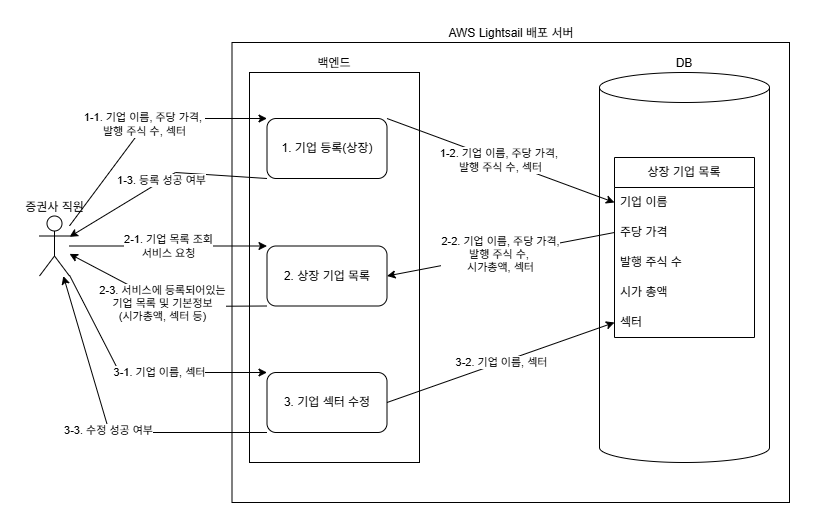
hopencode/cc_stock_trading keeps this draw.io diagram as images/diagram/CC 증권사 직원 기능 부분.png. Above is the earlier version. Source tidied: cells renumbered, new cells last; positions are measured from the earlier drawing's top-left corner, leaving out a move shared by most shapes. Source of this version:
```xml
<mxGraphModel>
  <root>
    <mxCell id="0" />
    <mxCell id="1" parent="0" />
    <mxCell id="2" value="증권사 직원" style="shape=umlActor;verticalLabelPosition=top;verticalAlign=bottom;html=1;outlineConnect=0;labelPosition=center;align=center;" parent="1" vertex="1">
      <mxGeometry y="173.5" width="30" height="60" as="geometry" />
    </mxCell>
    <mxCell id="3" value="AWS Lightsail 배포 서버" style="whiteSpace=wrap;html=1;labelPosition=center;verticalLabelPosition=top;align=center;verticalAlign=bottom;" parent="1" vertex="1">
      <mxGeometry x="192.5" width="557.5" height="460" as="geometry" />
    </mxCell>
    <mxCell id="4" value="1. 기업 등록(상장)" style="rounded=1;whiteSpace=wrap;html=1;" parent="1" vertex="1">
      <mxGeometry x="227.5" y="76" width="120" height="60" as="geometry" />
    </mxCell>
    <mxCell id="5" value="3. 기업 섹터 수정" style="rounded=1;whiteSpace=wrap;html=1;" parent="1" vertex="1">
      <mxGeometry x="227.5" y="330" width="120" height="60" as="geometry" />
    </mxCell>
    <mxCell id="6" value="DB" style="shape=cylinder3;whiteSpace=wrap;html=1;boundedLbl=1;backgroundOutline=1;size=15;labelPosition=center;verticalLabelPosition=top;align=center;verticalAlign=bottom;labelBackgroundColor=default;" parent="1" vertex="1">
      <mxGeometry x="560" y="30" width="170" height="390" as="geometry" />
    </mxCell>
    <mxCell id="7" value="상장 기업 목록" style="swimlane;fontStyle=0;horizontal=1;startSize=30;whiteSpace=wrap;html=1;" parent="1" vertex="1">
      <mxGeometry x="575" y="115" width="140" height="180" as="geometry" />
    </mxCell>
    <mxCell id="8" value="기업 이름" style="text;strokeColor=none;fillColor=none;align=left;verticalAlign=middle;spacingLeft=4;spacingRight=4;overflow=hidden;points=[[0,0.5],[1,0.5]];portConstraint=eastwest;whiteSpace=wrap;html=1;" parent="7" vertex="1">
      <mxGeometry y="30" width="140" height="30" as="geometry" />
    </mxCell>
    <mxCell id="9" value="주당 가격" style="text;strokeColor=none;fillColor=none;align=left;verticalAlign=middle;spacingLeft=4;spacingRight=4;overflow=hidden;points=[[0,0.5],[1,0.5]];portConstraint=eastwest;whiteSpace=wrap;html=1;" parent="7" vertex="1">
      <mxGeometry y="60" width="140" height="30" as="geometry" />
    </mxCell>
    <mxCell id="10" value="발행 주식 수" style="text;strokeColor=none;fillColor=none;align=left;verticalAlign=middle;spacingLeft=4;spacingRight=4;overflow=hidden;whiteSpace=wrap;html=1;" parent="7" vertex="1">
      <mxGeometry y="90" width="140" height="30" as="geometry" />
    </mxCell>
    <mxCell id="11" value="시가 총액" style="text;strokeColor=none;fillColor=none;align=left;verticalAlign=middle;spacingLeft=4;spacingRight=4;overflow=hidden;whiteSpace=wrap;html=1;" parent="7" vertex="1">
      <mxGeometry y="120" width="140" height="30" as="geometry" />
    </mxCell>
    <mxCell id="12" value="섹터" style="text;strokeColor=none;fillColor=none;align=left;verticalAlign=middle;spacingLeft=4;spacingRight=4;overflow=hidden;points=[[0,0.5],[1,0.5]];portConstraint=eastwest;whiteSpace=wrap;html=1;" parent="7" vertex="1">
      <mxGeometry y="150" width="140" height="30" as="geometry" />
    </mxCell>
    <mxCell id="13" value="1-1. 기업 이름, 주당 가격,&amp;nbsp;&lt;div&gt;발행 주식 수, 섹터&lt;/div&gt;" style="endArrow=classic;html=1;rounded=0;entryX=0;entryY=0;entryDx=0;entryDy=0;" parent="1" edge="1" source="2" target="4">
      <mxGeometry relative="1" as="geometry">
        <Array as="points">
          <mxPoint x="110" y="76" />
        </Array>
      </mxGeometry>
    </mxCell>
    <mxCell id="14" value="&lt;span style=&quot;color: rgb(0, 0, 0); font-family: Helvetica; font-size: 11px; font-style: normal; font-variant-ligatures: normal; font-variant-caps: normal; font-weight: 400; letter-spacing: normal; orphans: 2; text-align: center; text-indent: 0px; text-transform: none; widows: 2; word-spacing: 0px; -webkit-text-stroke-width: 0px; white-space: nowrap; background-color: rgb(255, 255, 255); text-decoration-thickness: initial; text-decoration-style: initial; text-decoration-color: initial; float: none; display: inline !important;&quot;&gt;1-2. 기업 이름, 주당 가격,&amp;nbsp;&lt;/span&gt;&lt;div style=&quot;forced-color-adjust: none; color: rgb(0, 0, 0); font-family: Helvetica; font-size: 11px; font-style: normal; font-variant-ligatures: normal; font-variant-caps: normal; font-weight: 400; letter-spacing: normal; orphans: 2; text-align: center; text-indent: 0px; text-transform: none; widows: 2; word-spacing: 0px; -webkit-text-stroke-width: 0px; white-space: nowrap; text-decoration-thickness: initial; text-decoration-style: initial; text-decoration-color: initial;&quot;&gt;발행 주식 수, 섹터&lt;/div&gt;" style="endArrow=classic;html=1;rounded=0;exitX=1;exitY=0;exitDx=0;exitDy=0;entryX=0;entryY=0.5;entryDx=0;entryDy=0;" parent="1" edge="1" source="4" target="8">
      <mxGeometry relative="1" as="geometry" />
    </mxCell>
    <mxCell id="15" value="3-1. 기업 이름, 섹터" style="endArrow=classic;html=1;rounded=0;entryX=0;entryY=0;entryDx=0;entryDy=0;" parent="1" edge="1" source="2" target="5">
      <mxGeometry x="0.16" relative="1" as="geometry">
        <Array as="points">
          <mxPoint x="80" y="330" />
        </Array>
      </mxGeometry>
    </mxCell>
    <mxCell id="16" value="3-2. 기업 이름, 섹터" style="endArrow=classic;html=1;rounded=0;exitX=1;exitY=0.5;exitDx=0;exitDy=0;entryX=0;entryY=0.5;entryDx=0;entryDy=0;" parent="1" edge="1" source="5" target="12">
      <mxGeometry relative="1" as="geometry" />
    </mxCell>
    <mxCell id="17" value="1-3. 등록 성공 여부" style="endArrow=classic;html=1;rounded=0;exitX=0;exitY=1;exitDx=0;exitDy=0;" parent="1" edge="1" source="4" target="2">
      <mxGeometry relative="1" as="geometry">
        <Array as="points">
          <mxPoint x="136" y="130" />
        </Array>
      </mxGeometry>
    </mxCell>
    <mxCell id="18" value="2. 상장 기업 목록" style="rounded=1;whiteSpace=wrap;html=1;" parent="1" vertex="1">
      <mxGeometry x="227.5" y="203.5" width="120" height="60" as="geometry" />
    </mxCell>
    <mxCell id="19" value="2-2. 기업 이름, 주당 가격,&lt;div&gt;발행 주식 수,&amp;nbsp;&lt;div&gt;시가총액, 섹터&lt;/div&gt;&lt;/div&gt;" style="endArrow=classic;html=1;rounded=0;exitX=0;exitY=0.5;exitDx=0;exitDy=0;entryX=1;entryY=0.5;entryDx=0;entryDy=0;" parent="1" edge="1" source="9" target="18">
      <mxGeometry relative="1" as="geometry" />
    </mxCell>
    <mxCell id="20" value="2-3. 서비스에 등록되어있는&lt;div&gt;기업 목록 및 기본정보&lt;/div&gt;&lt;div&gt;(시가총액, 섹터 등)&lt;/div&gt;" style="endArrow=classic;html=1;rounded=0;exitX=0;exitY=1;exitDx=0;exitDy=0;" parent="1" edge="1" source="18" target="2">
      <mxGeometry relative="1" as="geometry">
        <Array as="points">
          <mxPoint x="130" y="264" />
        </Array>
      </mxGeometry>
    </mxCell>
    <mxCell id="21" value="2-1. 기업 목록 조회&lt;div&gt;서비스 요청&lt;/div&gt;" style="endArrow=classic;html=1;rounded=0;entryX=0;entryY=0;entryDx=0;entryDy=0;" parent="1" edge="1" source="2" target="18">
      <mxGeometry relative="1" as="geometry" />
    </mxCell>
    <mxCell id="22" value="3-3. 수정 성공 여부" style="endArrow=classic;html=1;rounded=0;exitX=0;exitY=1;exitDx=0;exitDy=0;" parent="1" edge="1" source="5" target="2">
      <mxGeometry relative="1" as="geometry">
        <Array as="points">
          <mxPoint x="70" y="390" />
        </Array>
      </mxGeometry>
    </mxCell>
    <mxCell id="23" value="백엔드" style="rounded=0;whiteSpace=wrap;html=1;fillColor=none;labelPosition=center;verticalLabelPosition=top;align=center;verticalAlign=bottom;" parent="1" vertex="1">
      <mxGeometry x="210" y="30" width="170" height="390" as="geometry" />
    </mxCell>
  </root>
</mxGraphModel>
```
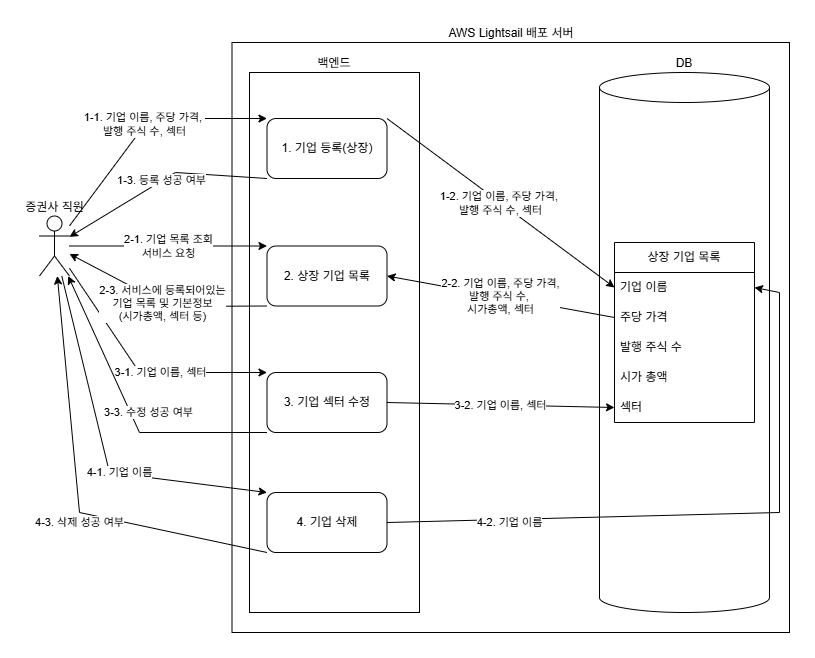
The same diagram one commit later.

Commit message:
다이어그램 수정

다이어그램 수정

What changed in the source:
```diff
@@ -6,7 +6,7 @@
       <mxGeometry y="173.5" width="30" height="60" as="geometry" />
     </mxCell>
     <mxCell id="3" value="AWS Lightsail 배포 서버" style="whiteSpace=wrap;html=1;labelPosition=center;verticalLabelPosition=top;align=center;verticalAlign=bottom;" parent="1" vertex="1">
-      <mxGeometry x="192.5" width="557.5" height="460" as="geometry" />
+      <mxGeometry x="192.5" width="557.5" height="590" as="geometry" />
     </mxCell>
     <mxCell id="4" value="1. 기업 등록(상장)" style="rounded=1;whiteSpace=wrap;html=1;" parent="1" vertex="1">
       <mxGeometry x="227.5" y="76" width="120" height="60" as="geometry" />
@@ -15,10 +15,10 @@
       <mxGeometry x="227.5" y="330" width="120" height="60" as="geometry" />
     </mxCell>
     <mxCell id="6" value="DB" style="shape=cylinder3;whiteSpace=wrap;html=1;boundedLbl=1;backgroundOutline=1;size=15;labelPosition=center;verticalLabelPosition=top;align=center;verticalAlign=bottom;labelBackgroundColor=default;" parent="1" vertex="1">
-      <mxGeometry x="560" y="30" width="170" height="390" as="geometry" />
+      <mxGeometry x="560" y="30" width="170" height="540" as="geometry" />
     </mxCell>
     <mxCell id="7" value="상장 기업 목록" style="swimlane;fontStyle=0;horizontal=1;startSize=30;whiteSpace=wrap;html=1;" parent="1" vertex="1">
-      <mxGeometry x="575" y="115" width="140" height="180" as="geometry" />
+      <mxGeometry x="575" y="200" width="140" height="180" as="geometry" />
     </mxCell>
     <mxCell id="8" value="기업 이름" style="text;strokeColor=none;fillColor=none;align=left;verticalAlign=middle;spacingLeft=4;spacingRight=4;overflow=hidden;points=[[0,0.5],[1,0.5]];portConstraint=eastwest;whiteSpace=wrap;html=1;" parent="7" vertex="1">
       <mxGeometry y="30" width="140" height="30" as="geometry" />
@@ -48,7 +48,7 @@
     <mxCell id="15" value="3-1. 기업 이름, 섹터" style="endArrow=classic;html=1;rounded=0;entryX=0;entryY=0;entryDx=0;entryDy=0;" parent="1" edge="1" source="2" target="5">
       <mxGeometry x="0.16" relative="1" as="geometry">
         <Array as="points">
-          <mxPoint x="80" y="330" />
+          <mxPoint x="100" y="330" />
         </Array>
       </mxGeometry>
     </mxCell>
@@ -79,14 +79,39 @@
       <mxGeometry relative="1" as="geometry" />
     </mxCell>
     <mxCell id="22" value="3-3. 수정 성공 여부" style="endArrow=classic;html=1;rounded=0;exitX=0;exitY=1;exitDx=0;exitDy=0;" parent="1" edge="1" source="5" target="2">
-      <mxGeometry relative="1" as="geometry">
+      <mxGeometry x="-0.2" y="-20" relative="1" as="geometry">
         <Array as="points">
-          <mxPoint x="70" y="390" />
+          <mxPoint x="100" y="390" />
         </Array>
       </mxGeometry>
     </mxCell>
     <mxCell id="23" value="백엔드" style="rounded=0;whiteSpace=wrap;html=1;fillColor=none;labelPosition=center;verticalLabelPosition=top;align=center;verticalAlign=bottom;" parent="1" vertex="1">
-      <mxGeometry x="210" y="30" width="170" height="390" as="geometry" />
+      <mxGeometry x="210" y="30" width="170" height="540" as="geometry" />
     </mxCell>
+    <mxCell id="24" value="4. 기업 삭제" style="rounded=1;whiteSpace=wrap;html=1;" parent="1" vertex="1">
+      <mxGeometry x="227.5" y="450" width="120" height="60" as="geometry" />
+    </mxCell>
+    <mxCell id="25" value="4-1. 기업 이름" style="endArrow=classic;html=1;rounded=0;entryX=0;entryY=0;entryDx=0;entryDy=0;" parent="1" edge="1" source="2" target="24">
+      <mxGeometry x="0.18" y="1" relative="1" as="geometry">
+        <Array as="points">
+          <mxPoint x="70" y="430" />
+        </Array>
+      </mxGeometry>
+    </mxCell>
+    <mxCell id="26" value="4-2. 기업 이름" style="endArrow=classic;html=1;rounded=0;exitX=1;exitY=0.5;exitDx=0;exitDy=0;entryX=1;entryY=0.5;entryDx=0;entryDy=0;" parent="1" edge="1" source="24" target="8">
+      <mxGeometry x="-0.62" y="-3" relative="1" as="geometry">
+        <Array as="points">
+          <mxPoint x="740" y="470" />
+          <mxPoint x="740" y="250" />
+        </Array>
+      </mxGeometry>
+    </mxCell>
+    <mxCell id="27" value="4-3. 삭제 성공 여부" style="endArrow=classic;html=1;rounded=0;exitX=0;exitY=1;exitDx=0;exitDy=0;" parent="1" edge="1" source="24" target="2">
+      <mxGeometry x="-0.12" y="10" relative="1" as="geometry">
+        <Array as="points">
+          <mxPoint x="40" y="470" />
+        </Array>
+      </mxGeometry>
+    </mxCell>
   </root>
 </mxGraphModel>
```
